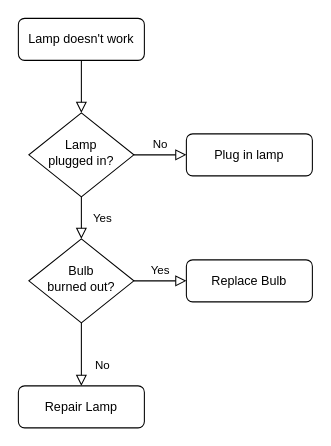
Earlier version of the draw.io diagram Untitled Diagram.drawio (GirishJoshi124/Girish_rep). Source tidied: cells renumbered, new cells numbered last; positions are measured from the earlier drawing's top-left corner, leaving out a move shared by most shapes. Both pictures are drawn from the tidied source at 105%, with x=0, y=0 at pixel (18, 18).
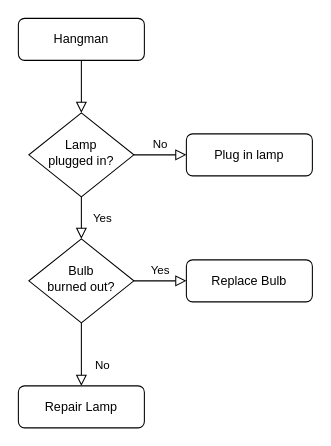
After the change.

What changed in the source:
```diff
@@
 <mxGraphModel>
   <root>
     <mxCell id="0" />
     <mxCell id="1" parent="0" />
     <mxCell id="2" style="rounded=0;html=1;jettySize=auto;fontSize=11;endArrow=block;endFill=0;endSize=8;strokeWidth=1;shadow=0;labelBackgroundColor=none;edgeStyle=orthogonalEdgeStyle;" parent="1" edge="1" source="3" target="6">
       <mxGeometry relative="1" as="geometry" />
     </mxCell>
-    <mxCell id="3" value="Lamp doesn't work" style="rounded=1;whiteSpace=wrap;html=1;fontSize=12;glass=0;strokeWidth=1;shadow=0;" parent="1" vertex="1">
+    <mxCell id="3" value="Hangman" style="rounded=1;whiteSpace=wrap;html=1;fontSize=12;glass=0;strokeWidth=1;shadow=0;" parent="1" vertex="1">
       <mxGeometry width="120" height="40" as="geometry" />
     </mxCell>
     <mxCell id="4" value="Yes" style="rounded=0;html=1;jettySize=auto;fontSize=11;endArrow=block;endFill=0;endSize=8;strokeWidth=1;shadow=0;labelBackgroundColor=none;edgeStyle=orthogonalEdgeStyle;" parent="1" edge="1" source="6" target="10">
       <mxGeometry y="20" relative="1" as="geometry" />
     </mxCell>
     <mxCell id="5" value="No" style="edgeStyle=orthogonalEdgeStyle;rounded=0;html=1;jettySize=auto;fontSize=11;endArrow=block;endFill=0;endSize=8;strokeWidth=1;shadow=0;labelBackgroundColor=none;" parent="1" edge="1" source="6" target="7">
       <mxGeometry y="10" relative="1" as="geometry" />
     </mxCell>
     <mxCell id="6" value="Lamp&lt;br&gt;plugged in?" style="rhombus;whiteSpace=wrap;html=1;shadow=0;fontFamily=Helvetica;fontSize=12;align=center;strokeWidth=1;spacing=6;spacingTop=-4;" parent="1" vertex="1">
       <mxGeometry x="10" y="90" width="100" height="80" as="geometry" />
     </mxCell>
     <mxCell id="7" value="Plug in lamp" style="rounded=1;whiteSpace=wrap;html=1;fontSize=12;glass=0;strokeWidth=1;shadow=0;" parent="1" vertex="1">
       <mxGeometry x="160" y="110" width="120" height="40" as="geometry" />
     </mxCell>
     <mxCell id="8" value="No" style="rounded=0;html=1;jettySize=auto;fontSize=11;endArrow=block;endFill=0;endSize=8;strokeWidth=1;shadow=0;labelBackgroundColor=none;edgeStyle=orthogonalEdgeStyle;" parent="1" edge="1" source="10" target="11">
       <mxGeometry x="0.33" y="20" relative="1" as="geometry" />
     </mxCell>
     <mxCell id="9" value="Yes" style="edgeStyle=orthogonalEdgeStyle;rounded=0;html=1;jettySize=auto;fontSize=11;endArrow=block;endFill=0;endSize=8;strokeWidth=1;shadow=0;labelBackgroundColor=none;" parent="1" edge="1" source="10" target="12">
       <mxGeometry y="10" relative="1" as="geometry" />
     </mxCell>
     <mxCell id="10" value="Bulb&lt;br&gt;burned out?" style="rhombus;whiteSpace=wrap;html=1;shadow=0;fontFamily=Helvetica;fontSize=12;align=center;strokeWidth=1;spacing=6;spacingTop=-4;" parent="1" vertex="1">
       <mxGeometry x="10" y="210" width="100" height="80" as="geometry" />
     </mxCell>
     <mxCell id="11" value="Repair Lamp" style="rounded=1;whiteSpace=wrap;html=1;fontSize=12;glass=0;strokeWidth=1;shadow=0;" parent="1" vertex="1">
       <mxGeometry y="350" width="120" height="40" as="geometry" />
     </mxCell>
     <mxCell id="12" value="Replace Bulb" style="rounded=1;whiteSpace=wrap;html=1;fontSize=12;glass=0;strokeWidth=1;shadow=0;" parent="1" vertex="1">
       <mxGeometry x="160" y="230" width="120" height="40" as="geometry" />
     </mxCell>
   </root>
 </mxGraphModel>
```
